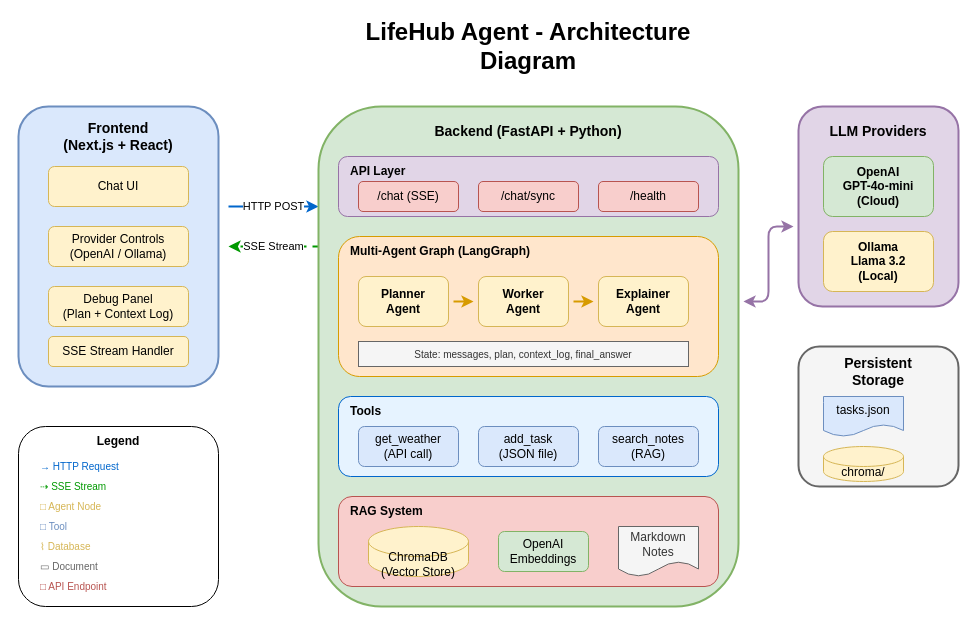
rpulijala/learning keeps this draw.io diagram as lifehub-agent/docs/architecture.drawio. Above is the earlier version. Source tidied: cells renumbered, new cells numbered last; positions are measured from the earlier drawing's top-left corner, leaving out a move shared by most shapes. Both pictures are drawn from the tidied source at 100%, with x=0, y=0 at pixel (18, 26).
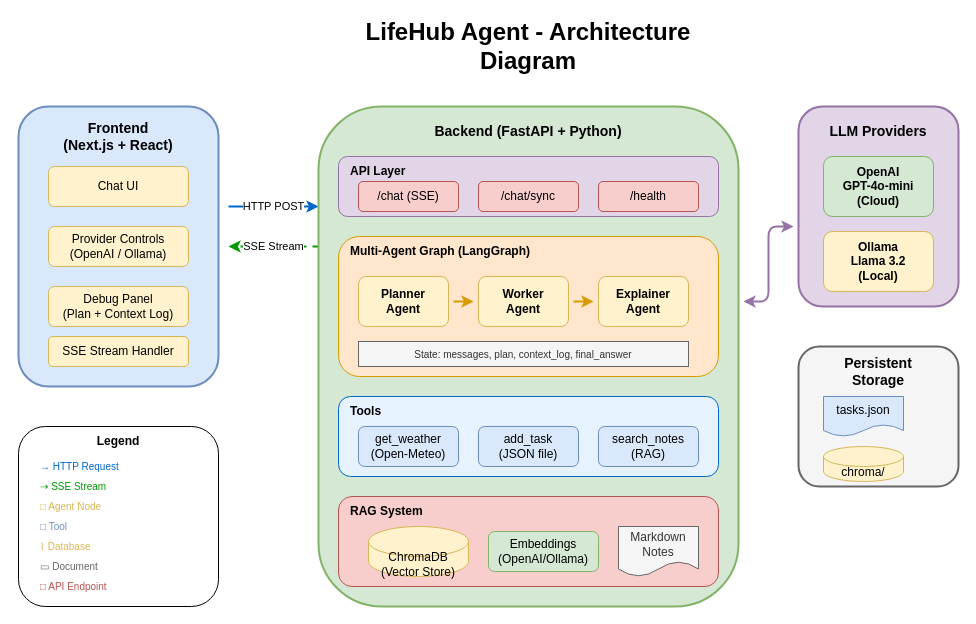
The same diagram, later.

Commit message (it also covers changes not shown here):
update architecture diagrams to reflect Open-Meteo and embedding provider abstraction

Change to the diagram source:
```diff
@@
-    <mxCell id="28" value="get_weather&#10;(API call)" style="rounded=1;whiteSpace=wrap;html=1;fillColor=#dae8fc;strokeColor=#6c8ebf;" parent="1" vertex="1">
+    <mxCell id="28" value="get_weather&#10;(Open-Meteo)" style="rounded=1;whiteSpace=wrap;html=1;fillColor=#dae8fc;strokeColor=#6c8ebf;" parent="1" vertex="1">
       <mxGeometry x="340" y="400" width="100" height="40" as="geometry" />
     </mxCell>
@@
-    <mxCell id="34" value="OpenAI&#10;Embeddings" style="rounded=1;whiteSpace=wrap;html=1;fillColor=#d5e8d4;strokeColor=#82b366;" parent="1" vertex="1">
-      <mxGeometry x="480" y="505" width="90" height="40" as="geometry" />
+    <mxCell id="34" value="Embeddings&#10;(OpenAI/Ollama)" style="rounded=1;whiteSpace=wrap;html=1;fillColor=#d5e8d4;strokeColor=#82b366;" parent="1" vertex="1">
+      <mxGeometry x="470" y="505" width="110" height="40" as="geometry" />
     </mxCell>
```
